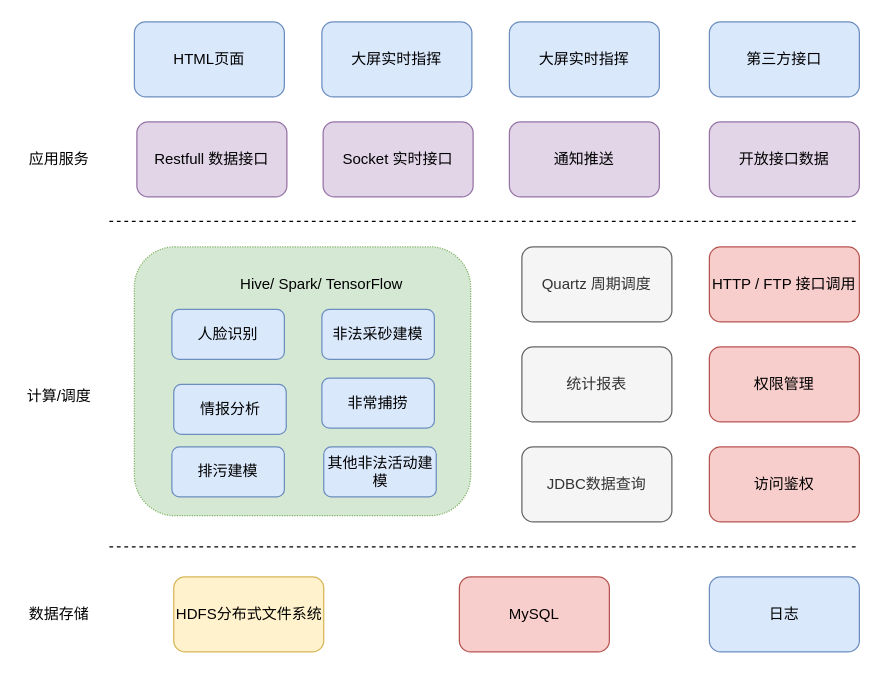
Above: 技术架构.drawio in liusheding001/draw.io (draw.io), before the change. Source tidied: cells renumbered, new cells numbered last; positions are measured from the earlier drawing's top-left corner, leaving out a move shared by most shapes. Both pictures are drawn from the tidied source at 125%, with x=0, y=0 at pixel (21, 21).
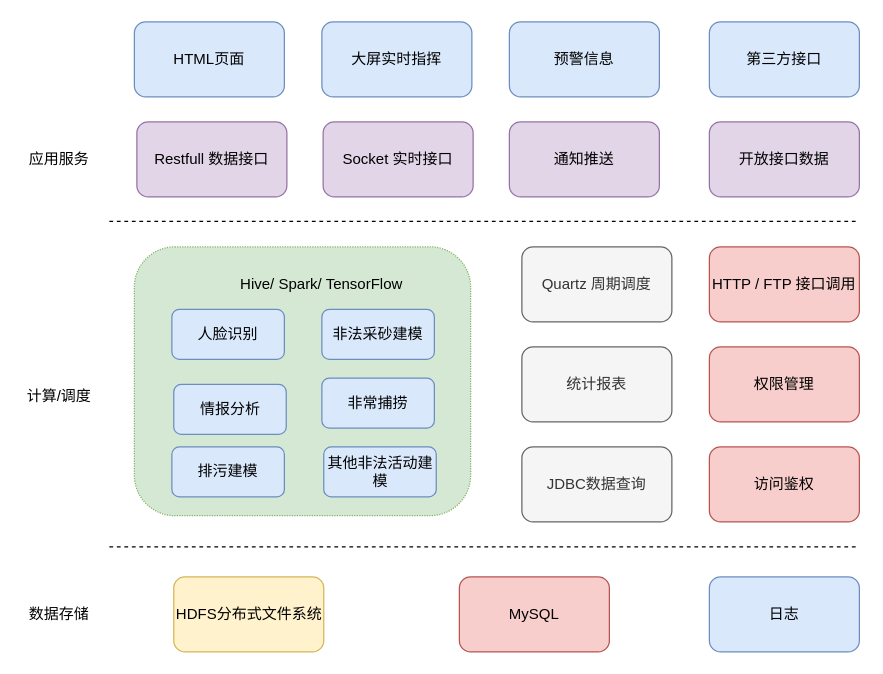
After the change.

Commit message (it also covers changes not shown here):
更新技术架构.drawio

Change to the diagram source:
```diff
@@
-    <mxCell id="25" value="大屏实时指挥" style="rounded=1;whiteSpace=wrap;html=1;fillColor=#dae8fc;strokeColor=#6c8ebf;" parent="1" vertex="1">
+    <mxCell id="25" value="预警信息" style="rounded=1;whiteSpace=wrap;html=1;fillColor=#dae8fc;strokeColor=#6c8ebf;" parent="1" vertex="1">
       <mxGeometry x="390" width="120" height="60" as="geometry" />
     </mxCell>
```
